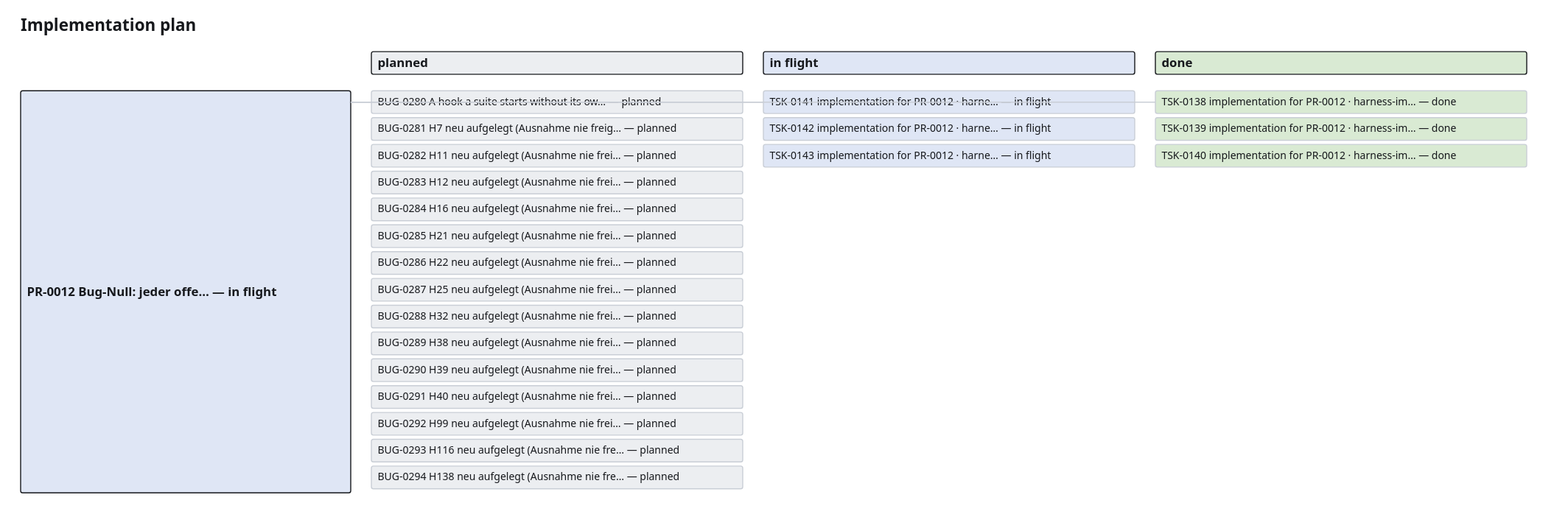
Above: project_memory/generated/plan.drawio.svg in GiaZenX/harness (draw.io), before the change. Source tidied: cells renumbered, new cells last; positions are measured from the earlier drawing's top-left corner, leaving out a move shared by most shapes.
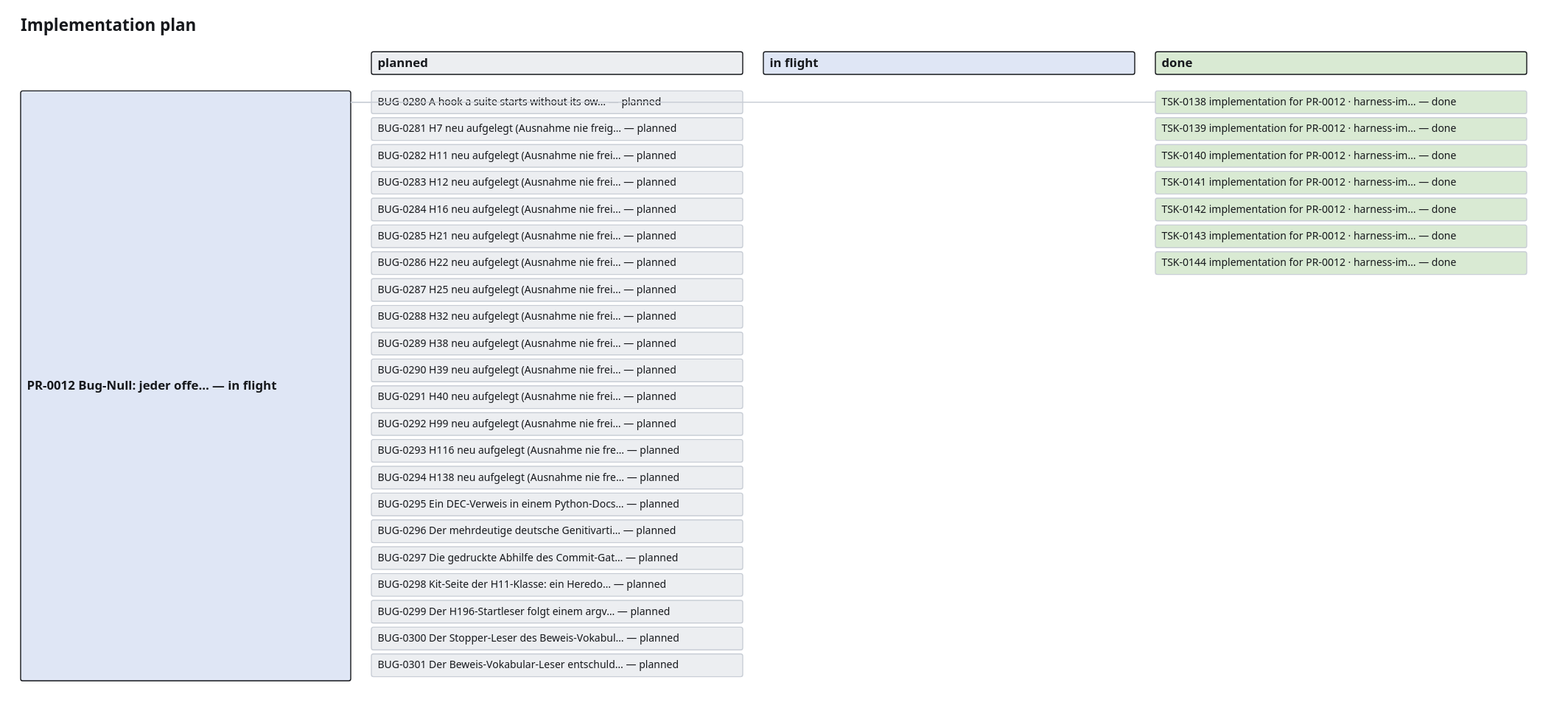
The same diagram one commit later.

Diff of the diagram source:
```diff
@@ -15,7 +15,7 @@
       <mxGeometry x="1100" y="34" width="360" height="22" as="geometry" />
     </mxCell>
     <mxCell id="6" value="PR-0012 Bug-Null: jeder offe… — in flight" style="rounded=1;whiteSpace=wrap;html=1;fillColor=#dfe6f5;strokeColor=#16181c;fontSize=12;fontStyle=1;" parent="1" vertex="1">
-      <mxGeometry y="72" width="320" height="390" as="geometry" />
+      <mxGeometry y="72" width="320" height="572" as="geometry" />
     </mxCell>
     <mxCell id="7" value="BUG-0280 A hook a suite starts without its ow… — planned" style="rounded=1;whiteSpace=wrap;html=1;fillColor=#eceef1;strokeColor=#c9ced6;fontSize=10;" parent="1" vertex="1">
       <mxGeometry x="340" y="72" width="360" height="22" as="geometry" />
@@ -65,29 +65,50 @@
     <mxCell id="22" value="BUG-0294 H138 neu aufgelegt (Ausnahme nie fre… — planned" style="rounded=1;whiteSpace=wrap;html=1;fillColor=#eceef1;strokeColor=#c9ced6;fontSize=10;" parent="1" vertex="1">
       <mxGeometry x="340" y="436" width="360" height="22" as="geometry" />
     </mxCell>
-    <mxCell id="23" value="TSK-0141 implementation for PR-0012 · harne… — in flight" style="rounded=1;whiteSpace=wrap;html=1;fillColor=#dfe6f5;strokeColor=#c9ced6;fontSize=10;" parent="1" vertex="1">
-      <mxGeometry x="720" y="72" width="360" height="22" as="geometry" />
+    <mxCell id="23" value="BUG-0295 Ein DEC-Verweis in einem Python-Docs… — planned" style="rounded=1;whiteSpace=wrap;html=1;fillColor=#eceef1;strokeColor=#c9ced6;fontSize=10;" parent="1" vertex="1">
+      <mxGeometry x="340" y="462" width="360" height="22" as="geometry" />
     </mxCell>
-    <mxCell id="24" style="edgeStyle=orthogonalEdgeStyle;endArrow=none;strokeColor=#c9ced6;" parent="1" edge="1" source="6" target="23">
-      <mxGeometry relative="1" as="geometry" />
+    <mxCell id="24" value="BUG-0296 Der mehrdeutige deutsche Genitivarti… — planned" style="rounded=1;whiteSpace=wrap;html=1;fillColor=#eceef1;strokeColor=#c9ced6;fontSize=10;" parent="1" vertex="1">
+      <mxGeometry x="340" y="488" width="360" height="22" as="geometry" />
     </mxCell>
-    <mxCell id="25" value="TSK-0142 implementation for PR-0012 · harne… — in flight" style="rounded=1;whiteSpace=wrap;html=1;fillColor=#dfe6f5;strokeColor=#c9ced6;fontSize=10;" parent="1" vertex="1">
-      <mxGeometry x="720" y="98" width="360" height="22" as="geometry" />
+    <mxCell id="25" value="BUG-0297 Die gedruckte Abhilfe des Commit-Gat… — planned" style="rounded=1;whiteSpace=wrap;html=1;fillColor=#eceef1;strokeColor=#c9ced6;fontSize=10;" parent="1" vertex="1">
+      <mxGeometry x="340" y="514" width="360" height="22" as="geometry" />
     </mxCell>
-    <mxCell id="26" value="TSK-0143 implementation for PR-0012 · harne… — in flight" style="rounded=1;whiteSpace=wrap;html=1;fillColor=#dfe6f5;strokeColor=#c9ced6;fontSize=10;" parent="1" vertex="1">
-      <mxGeometry x="720" y="124" width="360" height="22" as="geometry" />
+    <mxCell id="26" value="BUG-0298 Kit-Seite der H11-Klasse: ein Heredo… — planned" style="rounded=1;whiteSpace=wrap;html=1;fillColor=#eceef1;strokeColor=#c9ced6;fontSize=10;" parent="1" vertex="1">
+      <mxGeometry x="340" y="540" width="360" height="22" as="geometry" />
     </mxCell>
-    <mxCell id="27" value="TSK-0138 implementation for PR-0012 · harness-im… — done" style="rounded=1;whiteSpace=wrap;html=1;fillColor=#d9ead3;strokeColor=#c9ced6;fontSize=10;" parent="1" vertex="1">
-      <mxGeometry x="1100" y="72" width="360" height="22" as="geometry" />
+    <mxCell id="27" value="BUG-0299 Der H196-Startleser folgt einem argv… — planned" style="rounded=1;whiteSpace=wrap;html=1;fillColor=#eceef1;strokeColor=#c9ced6;fontSize=10;" parent="1" vertex="1">
+      <mxGeometry x="340" y="566" width="360" height="22" as="geometry" />
     </mxCell>
-    <mxCell id="28" style="edgeStyle=orthogonalEdgeStyle;endArrow=none;strokeColor=#c9ced6;" parent="1" edge="1" source="6" target="27">
-      <mxGeometry relative="1" as="geometry" />
+    <mxCell id="28" value="BUG-0300 Der Stopper-Leser des Beweis-Vokabul… — planned" style="rounded=1;whiteSpace=wrap;html=1;fillColor=#eceef1;strokeColor=#c9ced6;fontSize=10;" parent="1" vertex="1">
+      <mxGeometry x="340" y="592" width="360" height="22" as="geometry" />
     </mxCell>
-    <mxCell id="29" value="TSK-0139 implementation for PR-0012 · harness-im… — done" style="rounded=1;whiteSpace=wrap;html=1;fillColor=#d9ead3;strokeColor=#c9ced6;fontSize=10;" parent="1" vertex="1">
-      <mxGeometry x="1100" y="98" width="360" height="22" as="geometry" />
+    <mxCell id="29" value="BUG-0301 Der Beweis-Vokabular-Leser entschuld… — planned" style="rounded=1;whiteSpace=wrap;html=1;fillColor=#eceef1;strokeColor=#c9ced6;fontSize=10;" parent="1" vertex="1">
+      <mxGeometry x="340" y="618" width="360" height="22" as="geometry" />
     </mxCell>
-    <mxCell id="30" value="TSK-0140 implementation for PR-0012 · harness-im… — done" style="rounded=1;whiteSpace=wrap;html=1;fillColor=#d9ead3;strokeColor=#c9ced6;fontSize=10;" parent="1" vertex="1">
-      <mxGeometry x="1100" y="124" width="360" height="22" as="geometry" />
+    <mxCell id="30" value="TSK-0138 implementation for PR-0012 · harness-im… — done" style="rounded=1;whiteSpace=wrap;html=1;fillColor=#d9ead3;strokeColor=#c9ced6;fontSize=10;" parent="1" vertex="1">
+      <mxGeometry x="1100" y="72" width="360" height="22" as="geometry" />
     </mxCell>
+    <mxCell id="31" style="edgeStyle=orthogonalEdgeStyle;endArrow=none;strokeColor=#c9ced6;" parent="1" edge="1" source="6" target="30">
+      <mxGeometry relative="1" as="geometry" />
+    </mxCell>
+    <mxCell id="32" value="TSK-0139 implementation for PR-0012 · harness-im… — done" style="rounded=1;whiteSpace=wrap;html=1;fillColor=#d9ead3;strokeColor=#c9ced6;fontSize=10;" parent="1" vertex="1">
+      <mxGeometry x="1100" y="98" width="360" height="22" as="geometry" />
+    </mxCell>
+    <mxCell id="33" value="TSK-0140 implementation for PR-0012 · harness-im… — done" style="rounded=1;whiteSpace=wrap;html=1;fillColor=#d9ead3;strokeColor=#c9ced6;fontSize=10;" parent="1" vertex="1">
+      <mxGeometry x="1100" y="124" width="360" height="22" as="geometry" />
+    </mxCell>
+    <mxCell id="34" value="TSK-0141 implementation for PR-0012 · harness-im… — done" style="rounded=1;whiteSpace=wrap;html=1;fillColor=#d9ead3;strokeColor=#c9ced6;fontSize=10;" parent="1" vertex="1">
+      <mxGeometry x="1100" y="150" width="360" height="22" as="geometry" />
+    </mxCell>
+    <mxCell id="35" value="TSK-0142 implementation for PR-0012 · harness-im… — done" style="rounded=1;whiteSpace=wrap;html=1;fillColor=#d9ead3;strokeColor=#c9ced6;fontSize=10;" parent="1" vertex="1">
+      <mxGeometry x="1100" y="176" width="360" height="22" as="geometry" />
+    </mxCell>
+    <mxCell id="36" value="TSK-0143 implementation for PR-0012 · harness-im… — done" style="rounded=1;whiteSpace=wrap;html=1;fillColor=#d9ead3;strokeColor=#c9ced6;fontSize=10;" parent="1" vertex="1">
+      <mxGeometry x="1100" y="202" width="360" height="22" as="geometry" />
+    </mxCell>
+    <mxCell id="37" value="TSK-0144 implementation for PR-0012 · harness-im… — done" style="rounded=1;whiteSpace=wrap;html=1;fillColor=#d9ead3;strokeColor=#c9ced6;fontSize=10;" parent="1" vertex="1">
+      <mxGeometry x="1100" y="228" width="360" height="22" as="geometry" />
+    </mxCell>
   </root>
 </mxGraphModel>
```
